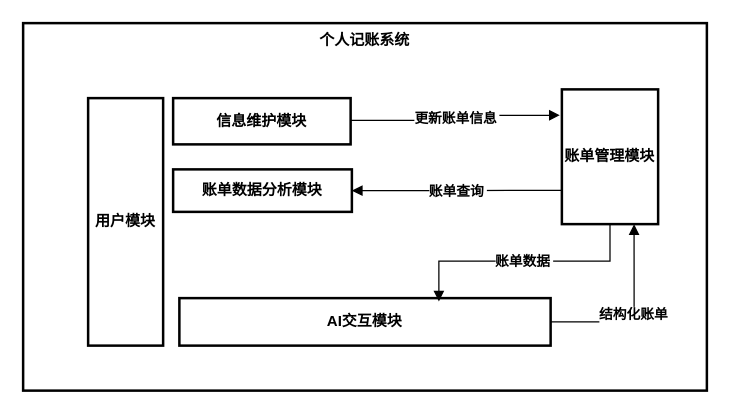
This is page "业务架构设计" (9 of 10) of ai记账系统.drawio from Amos-Pan-lei/diagram-repo, a draw.io file, before an edit. Source tidied: cells renumbered, new cells numbered last; positions are measured from the earlier drawing's top-left corner, leaving out a move shared by most shapes. Both pictures are drawn from the tidied source at 125%, with x=0, y=0 at pixel (22, 22).
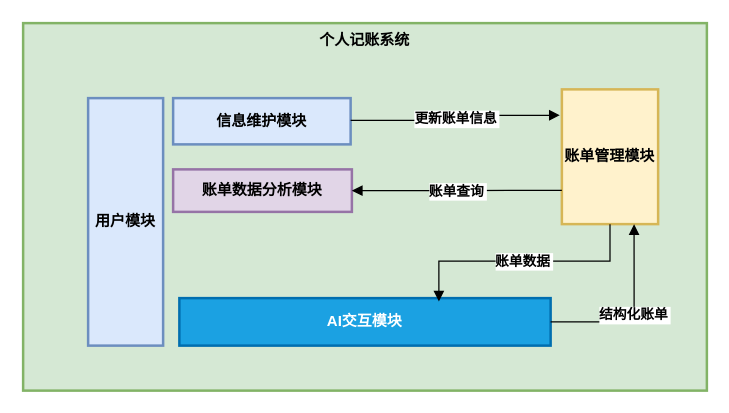
The same page after the edit.

Commit message:
更新ai记账系统.drawio

Diff of the diagram source:
```diff
@@
 <mxGraphModel>
   <root>
     <mxCell id="0" />
     <mxCell id="1" parent="0" />
-    <mxCell id="2" value="个人记账系统" style="whiteSpace=wrap;strokeWidth=2;verticalAlign=top;fontStyle=1;" parent="1" vertex="1">
+    <mxCell id="2" value="个人记账系统" style="whiteSpace=wrap;strokeWidth=2;verticalAlign=top;fontStyle=1;fillColor=#d5e8d4;strokeColor=#82b366;" parent="1" vertex="1">
       <mxGeometry width="547" height="294" as="geometry" />
     </mxCell>
-    <mxCell id="3" value="用户模块" style="whiteSpace=wrap;strokeWidth=2;fontStyle=1;" parent="1" vertex="1">
+    <mxCell id="3" value="用户模块" style="whiteSpace=wrap;strokeWidth=2;fontStyle=1;fillColor=#dae8fc;strokeColor=#6c8ebf;" parent="1" vertex="1">
       <mxGeometry x="52" y="60" width="60" height="198" as="geometry" />
     </mxCell>
-    <mxCell id="4" value="信息维护模块" style="whiteSpace=wrap;strokeWidth=2;fontStyle=1;" parent="1" vertex="1">
+    <mxCell id="4" value="信息维护模块" style="whiteSpace=wrap;strokeWidth=2;fontStyle=1;fillColor=#dae8fc;strokeColor=#6c8ebf;" parent="1" vertex="1">
       <mxGeometry x="120" y="60" width="142" height="37" as="geometry" />
     </mxCell>
-    <mxCell id="5" value="账单管理模块" style="whiteSpace=wrap;strokeWidth=2;fontStyle=1;" parent="1" vertex="1">
+    <mxCell id="5" value="账单管理模块" style="whiteSpace=wrap;strokeWidth=2;fontStyle=1;fillColor=#fff2cc;strokeColor=#d6b656;" parent="1" vertex="1">
       <mxGeometry x="431" y="53" width="77" height="107.8" as="geometry" />
     </mxCell>
-    <mxCell id="6" value="AI交互模块" style="whiteSpace=wrap;strokeWidth=2;fontStyle=1;" parent="1" vertex="1">
+    <mxCell id="6" value="AI交互模块" style="whiteSpace=wrap;strokeWidth=2;fontStyle=1;fillColor=#1ba1e2;fontColor=#ffffff;strokeColor=#006EAF;" parent="1" vertex="1">
       <mxGeometry x="125" y="220" width="297" height="38" as="geometry" />
     </mxCell>
-    <mxCell id="7" value="账单数据分析模块" style="whiteSpace=wrap;strokeWidth=2;fontStyle=1;" parent="1" vertex="1">
+    <mxCell id="7" value="账单数据分析模块" style="whiteSpace=wrap;strokeWidth=2;fontStyle=1;fillColor=#e1d5e7;strokeColor=#9673a6;" parent="1" vertex="1">
       <mxGeometry x="120" y="117" width="143" height="34" as="geometry" />
     </mxCell>
     <mxCell id="8" value="更新账单信息" style="startArrow=none;endArrow=block;exitX=1;exitY=0.48;entryX=-0.022;entryY=0.192;rounded=0;edgeStyle=orthogonalEdgeStyle;entryDx=0;entryDy=0;entryPerimeter=0;fontStyle=1;" parent="1" edge="1" source="4" target="5">
       <mxGeometry relative="1" as="geometry" />
     </mxCell>
     <mxCell id="9" value="账单数据" style="startArrow=none;endArrow=block;exitX=0.5;exitY=1;rounded=0;edgeStyle=orthogonalEdgeStyle;exitDx=0;exitDy=0;entryX=0.699;entryY=0.07;entryDx=0;entryDy=0;entryPerimeter=0;fontStyle=1;" parent="1" edge="1" source="5" target="6">
       <mxGeometry relative="1" as="geometry" />
     </mxCell>
     <mxCell id="10" value="结构化账单" style="startArrow=none;endArrow=block;exitX=1;exitY=0.5;entryX=0.75;entryY=1;rounded=0;edgeStyle=orthogonalEdgeStyle;exitDx=0;exitDy=0;entryDx=0;entryDy=0;fontStyle=1;" parent="1" edge="1" source="6" target="5">
       <mxGeometry relative="1" as="geometry" />
     </mxCell>
     <mxCell id="11" value="账单查询" style="startArrow=none;endArrow=block;exitX=0;exitY=0.75;entryX=1;entryY=0.5;rounded=0;edgeStyle=orthogonalEdgeStyle;entryDx=0;entryDy=0;exitDx=0;exitDy=0;fontStyle=1;" parent="1" edge="1" source="5" target="7">
       <mxGeometry relative="1" as="geometry" />
     </mxCell>
   </root>
 </mxGraphModel>
```
